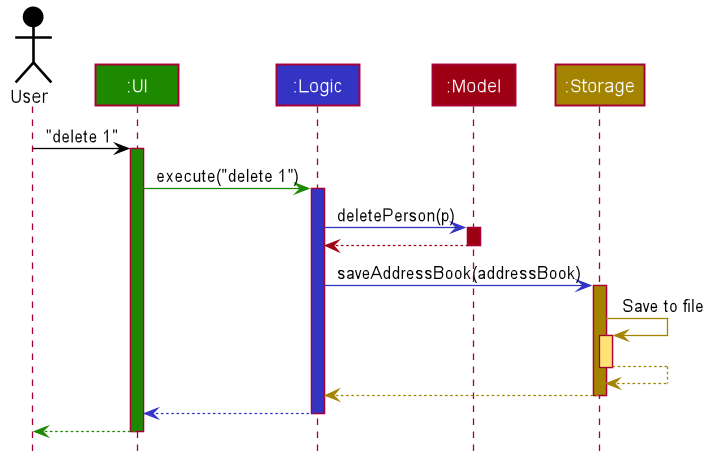
Earlier version of the PlantUML export docs/images/ArchitectureSequenceDiagram.png (nus-cs2103-AY2021S2/tp).
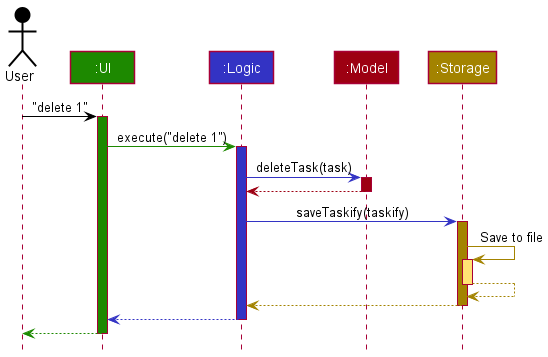
After the commit.

Diff of the diagram source:
```diff
@@ -1,85 +1,38 @@
 @startuml
+!include style.puml
 
+Actor User as user USER_COLOR
+Participant ":UI" as ui UI_COLOR
+Participant ":Logic" as logic LOGIC_COLOR
+Participant ":Model" as model MODEL_COLOR
+Participant ":Storage" as storage STORAGE_COLOR
 
+user -[USER_COLOR]> ui : "delete 1"
+activate ui UI_COLOR
 
+ui -[UI_COLOR]> logic : execute("delete 1")
+activate logic LOGIC_COLOR
 
+logic -[LOGIC_COLOR]> model : deleteTask(task)
+activate model MODEL_COLOR
 
-
-
-
-skinparam BackgroundColor #FFFFFFF
-
-skinparam Shadowing false
-
-skinparam Class {
-    FontColor #FFFFFF
-    BorderThickness 1
-    BorderColor #FFFFFF
-    StereotypeFontColor #FFFFFF
-    FontName Arial
-}
-
-skinparam Actor {
-    BorderColor #000000
-    Color #000000
-    FontName Arial
-}
-
-skinparam Sequence {
-    MessageAlign center
-    BoxFontSize 15
-    BoxPadding 0
-    BoxFontColor #FFFFFF
-    FontName Arial
-}
-
-skinparam Participant {
-    FontColor #FFFFFFF
-    Padding 20
-}
-
-skinparam MinClassWidth 50
-skinparam ParticipantPadding 10
-skinparam Shadowing false
-skinparam DefaultTextAlignment center
-skinparam packageStyle Rectangle
-
-hide footbox
-hide members
-hide circle
-
-Actor User as user #000000
-Participant ":UI" as ui #1D8900
-Participant ":Logic" as logic #3333C4
-Participant ":Model" as model #9D0012
-Participant ":Storage" as storage #A38300
-
-user -[#000000]> ui : "delete 1"
-activate ui #1D8900
-
-ui -[#1D8900]> logic : execute("delete 1")
-activate logic #3333C4
-
-logic -[#3333C4]> model : deletePerson(p)
-activate model #9D0012
-
-model -[#9D0012]-> logic
+model -[MODEL_COLOR]-> logic
 deactivate model
 
-logic -[#3333C4]> storage : saveAddressBook(addressBook)
-activate storage #A38300
+logic -[LOGIC_COLOR]> storage : saveTaskify(taskify)
+activate storage STORAGE_COLOR
 
-storage -[#A38300]> storage : Save to file
-activate storage #FFE374
-storage --[#A38300]> storage
+storage -[STORAGE_COLOR]> storage : Save to file
+activate storage STORAGE_COLOR_T1
+storage --[STORAGE_COLOR]> storage
 deactivate storage
 
-storage --[#A38300]> logic
+storage --[STORAGE_COLOR]> logic
 deactivate storage
 
-logic --[#3333C4]> ui
+logic --[LOGIC_COLOR]> ui
 deactivate logic
 
-ui--[#1D8900]> user
+ui--[UI_COLOR]> user
 deactivate ui
 @enduml
```
